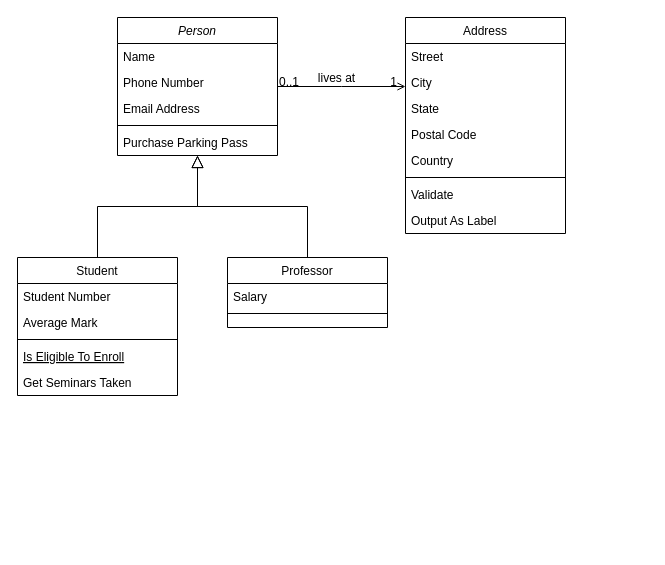
The draw.io diagram Untitled Diagram.drawio in zakiso/diagrams, before the edit. Source tidied: cells renumbered, new cells numbered last; positions are measured from the earlier drawing's top-left corner, leaving out a move shared by most shapes. Both pictures are drawn from the tidied source at 100%, with x=0, y=0 at pixel (17, 17).
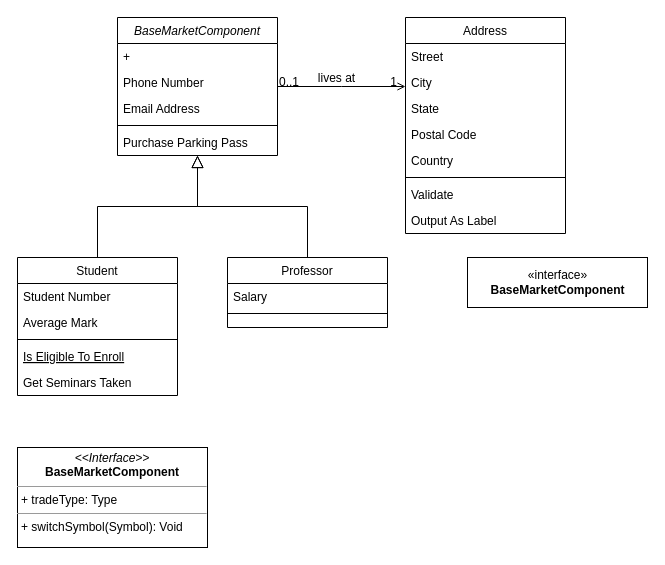
Above is the later version.

The edit, as a diff of the source:
```diff
@@
-    <mxCell id="2" value="Person" style="swimlane;fontStyle=2;align=center;verticalAlign=top;horizontal=1;startSize=26;rounded=0;shadow=0;strokeWidth=1;" parent="1" vertex="1">
+    <mxCell id="2" value="BaseMarketComponent" style="swimlane;fontStyle=2;align=center;verticalAlign=top;horizontal=1;startSize=26;rounded=0;shadow=0;strokeWidth=1;" parent="1" vertex="1">
       <mxGeometry x="100" width="160" height="138" as="geometry" />
     </mxCell>
-    <mxCell id="3" value="Name" style="text;align=left;verticalAlign=top;spacingLeft=4;spacingRight=4;overflow=hidden;" parent="2" vertex="1">
+    <mxCell id="3" value="+ " style="text;align=left;verticalAlign=top;spacingLeft=4;spacingRight=4;overflow=hidden;" parent="2" vertex="1">
       <mxGeometry y="26" width="160" height="26" as="geometry" />
     </mxCell>
@@
+    <mxCell id="32" value="«interface»&lt;br&gt;&lt;b&gt;BaseMarketComponent&lt;/b&gt;" style="html=1;" parent="1" vertex="1">
+      <mxGeometry x="450" y="240" width="180" height="50" as="geometry" />
+    </mxCell>
+    <mxCell id="33" value="&lt;p style=&quot;margin: 0px ; margin-top: 4px ; text-align: center&quot;&gt;&lt;i&gt;&amp;lt;&amp;lt;Interface&amp;gt;&amp;gt;&lt;/i&gt;&lt;br&gt;&lt;b&gt;BaseMarketComponent&lt;/b&gt;&lt;br&gt;&lt;/p&gt;&lt;hr size=&quot;1&quot;&gt;&lt;p style=&quot;margin: 0px ; margin-left: 4px&quot;&gt;+ tradeType: Type&lt;br&gt;&lt;/p&gt;&lt;hr size=&quot;1&quot;&gt;&lt;p style=&quot;margin: 0px ; margin-left: 4px&quot;&gt;+ switchSymbol(Symbol): Void&lt;br&gt;&lt;/p&gt;" style="verticalAlign=top;align=left;overflow=fill;fontSize=12;fontFamily=Helvetica;html=1;" parent="1" vertex="1">
+      <mxGeometry y="430" width="190" height="100" as="geometry" />
+    </mxCell>
```
